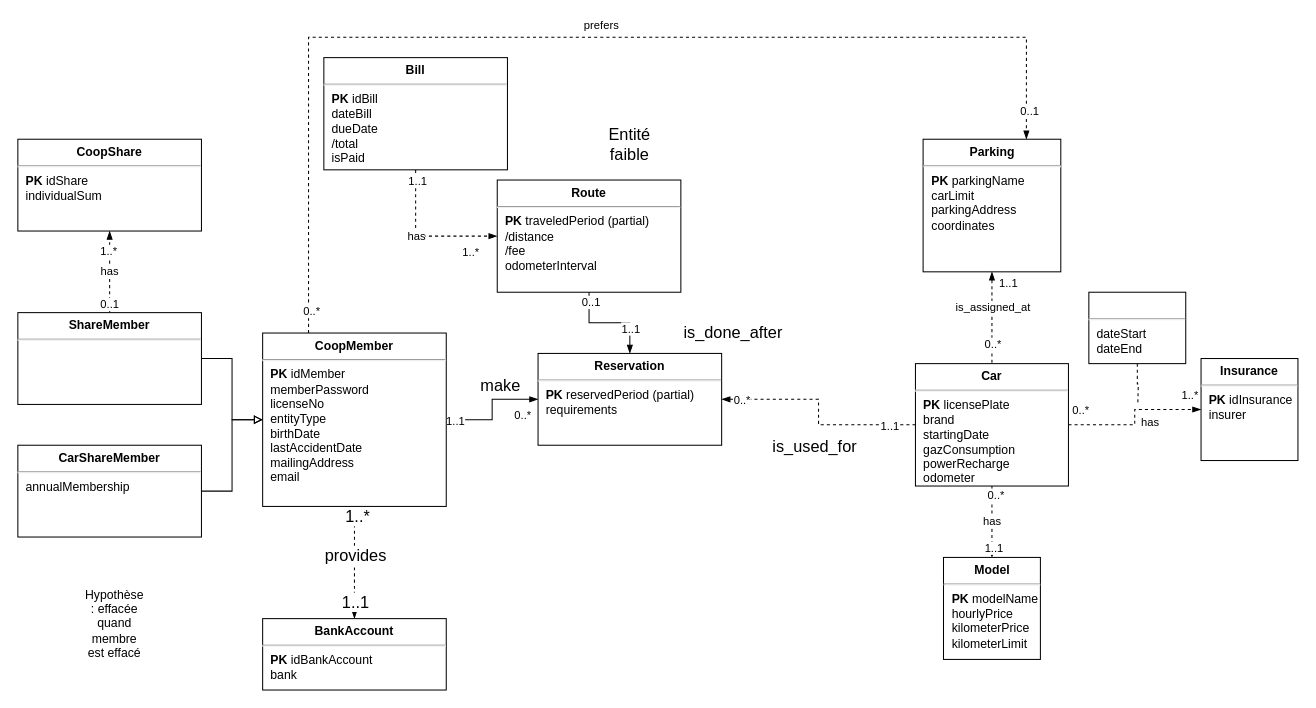
Earlier version of the draw.io diagram page "Juliette" (2 of 2) of TP4.drawio (lyg2/Reservation-SQL). Source tidied: cells renumbered, new cells numbered last; positions are measured from the earlier drawing's top-left corner, leaving out a move shared by most shapes. Both pictures are drawn from the tidied source at 102%, with x=0, y=0 at pixel (17, 37).
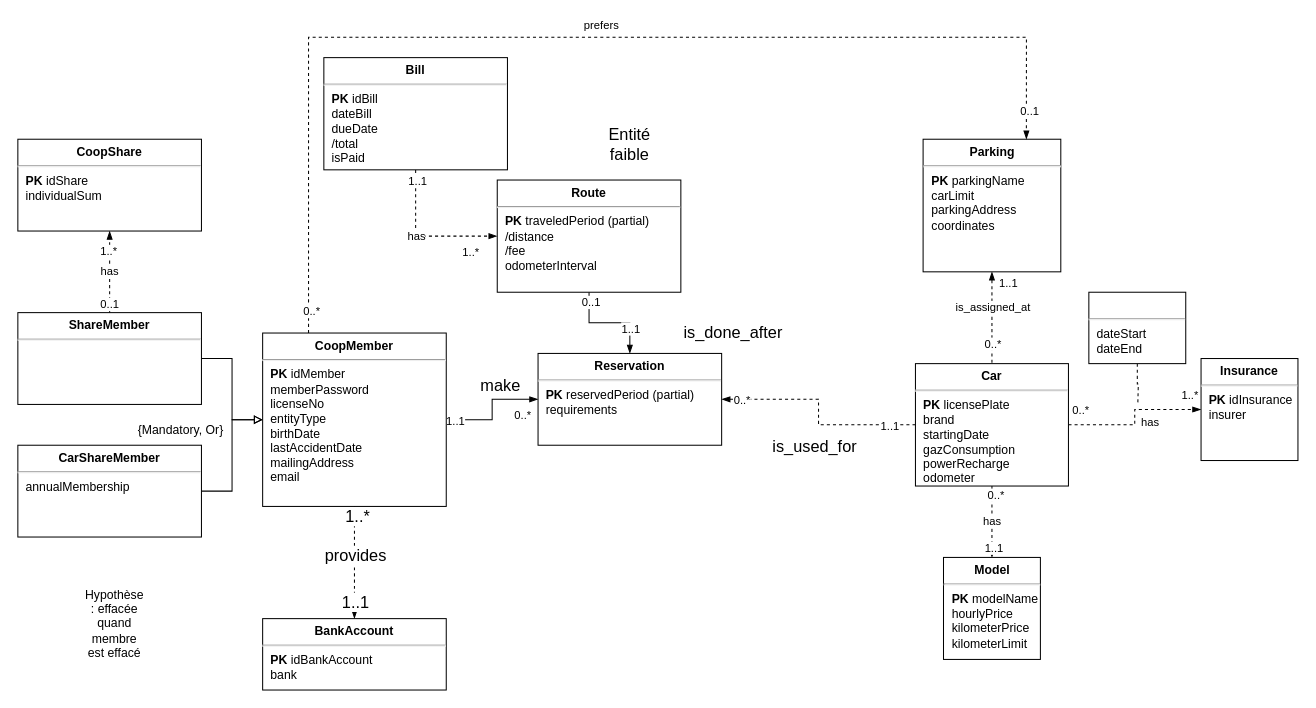
The same diagram, later.

Change to the diagram source:
```diff
@@
+    <mxCell id="57" value="{Mandatory, Or}" style="text;html=1;strokeColor=none;fillColor=none;align=center;verticalAlign=middle;whiteSpace=wrap;rounded=0;" parent="1" vertex="1">
+      <mxGeometry x="110" y="370" width="100" height="30" as="geometry" />
+    </mxCell>
```
